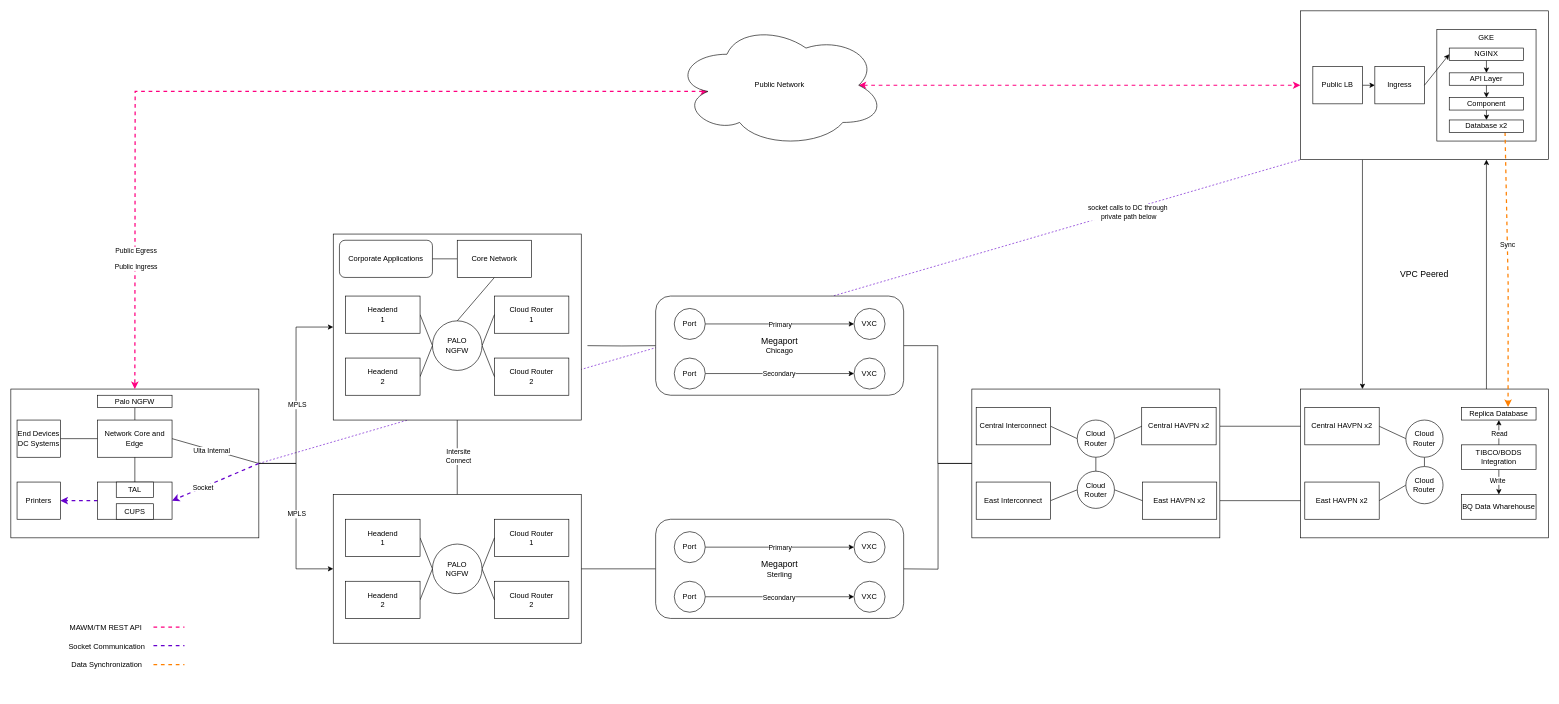
Earlier version of the draw.io diagram page "MAWM Network" (16 of 16) of images/compute.drawio (bpayt2/temp). Source tidied: cells renumbered, new cells numbered last; positions are measured from the earlier drawing's top-left corner, leaving out a move shared by most shapes. Both pictures are drawn from the tidied source at 62%, with x=0, y=0 at pixel (11, 11).
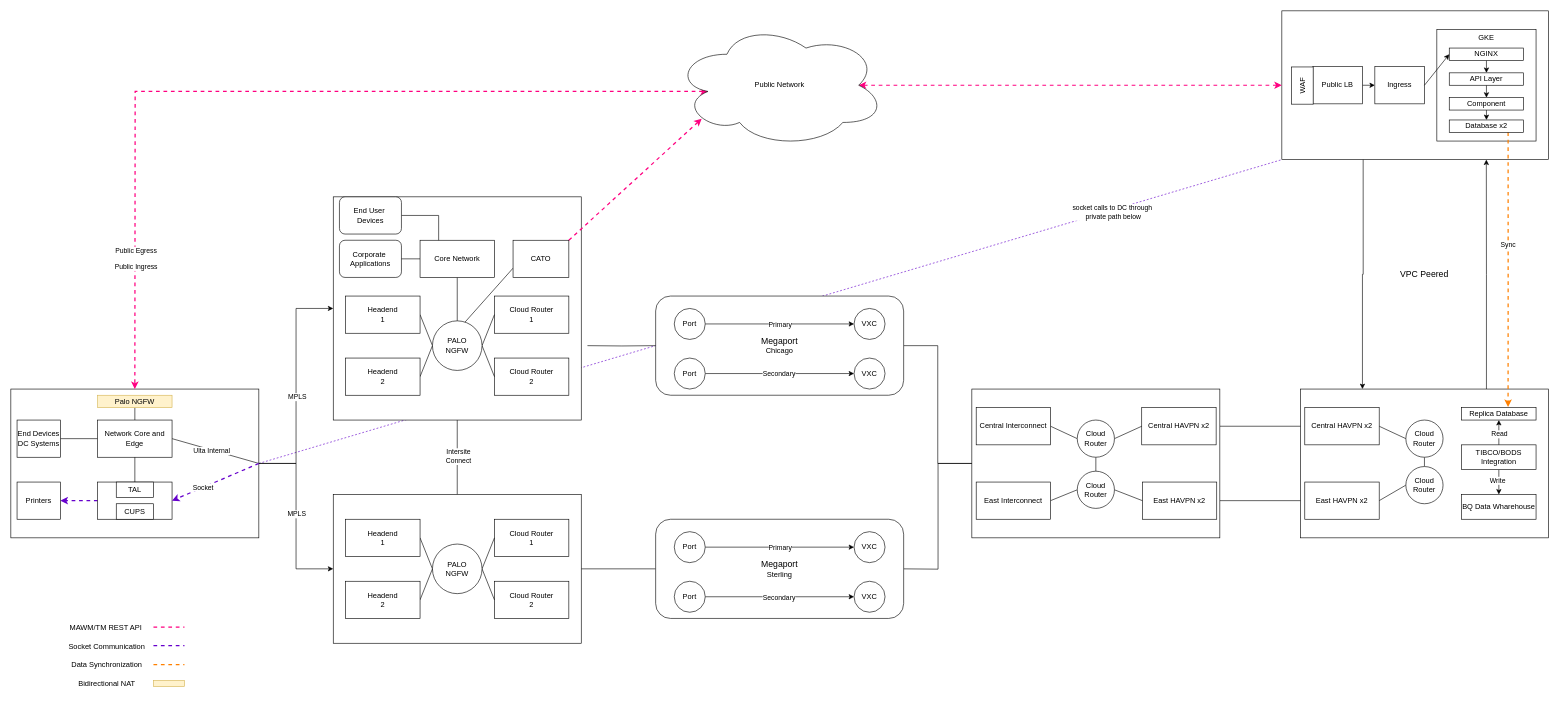
After the change.

Unchanged cells that the change refers to:
```xml
<mxCell id="7" style="rounded=0;whiteSpace=wrap;html=1;" parent="1" vertex="1">
  <mxGeometry x="2080" y="610" width="400" height="240" as="geometry" />
</mxCell>
<mxCell id="25" value="Public Network" style="ellipse;shape=cloud;whiteSpace=wrap;html=1;" parent="1" vertex="1">
  <mxGeometry x="1070" y="20" width="340" height="200" as="geometry" />
</mxCell>
<mxCell id="42" value="PALO&lt;div&gt;NGFW&lt;/div&gt;" style="ellipse;whiteSpace=wrap;html=1;" parent="1" vertex="1">
  <mxGeometry x="680" y="500" width="80" height="80" as="geometry" />
</mxCell>
<mxCell id="114" value="Database x2" style="rounded=0;whiteSpace=wrap;html=1;" parent="1" vertex="1">
  <mxGeometry x="2320" y="176" width="120" height="20" as="geometry" />
</mxCell>
<mxCell id="116" value="Replica Database" style="rounded=0;whiteSpace=wrap;html=1;" parent="1" vertex="1">
  <mxGeometry x="2340" y="640" width="120" height="20" as="geometry" />
</mxCell>
```

The edit, as a diff of the source:
```diff
@@
-    <mxCell id="4" style="edgeStyle=orthogonalEdgeStyle;rounded=0;jettySize=auto;html=1;exitX=0.25;exitY=1;exitDx=0;exitDy=0;entryX=0.25;entryY=0;entryDx=0;entryDy=0;" parent="1" edge="1" source="5" target="7">
+    <mxCell id="4" style="edgeStyle=orthogonalEdgeStyle;rounded=0;jettySize=auto;html=1;exitX=0.305;exitY=0.993;exitDx=0;exitDy=0;entryX=0.25;entryY=0;entryDx=0;entryDy=0;exitPerimeter=0;" parent="1" edge="1" source="5" target="7">
       <mxGeometry relative="1" as="geometry" />
     </mxCell>
     <mxCell id="5" style="rounded=0;whiteSpace=wrap;html=1;" parent="1" vertex="1">
-      <mxGeometry x="2080" width="400" height="240" as="geometry" />
+      <mxGeometry x="2050" width="430" height="240" as="geometry" />
     </mxCell>
-    <mxCell id="6" style="edgeStyle=orthogonalEdgeStyle;rounded=0;jettySize=auto;html=1;exitX=0.75;exitY=0;exitDx=0;exitDy=0;entryX=0.75;entryY=1;entryDx=0;entryDy=0;" parent="1" edge="1" source="7" target="5">
+    <mxCell id="6" style="edgeStyle=orthogonalEdgeStyle;rounded=0;jettySize=auto;html=1;exitX=0.75;exitY=0;exitDx=0;exitDy=0;entryX=0.767;entryY=1;entryDx=0;entryDy=0;entryPerimeter=0;" parent="1" edge="1" source="7" target="5">
       <mxGeometry relative="1" as="geometry" />
     </mxCell>
@@
     <mxCell id="14" style="rounded=0;whiteSpace=wrap;html=1;" parent="1" vertex="1">
-      <mxGeometry x="520" y="360" width="400" height="300" as="geometry" />
+      <mxGeometry x="520" y="300" width="400" height="360" as="geometry" />
     </mxCell>
@@
+    <mxCell id="129" style="rounded=0;jettySize=auto;html=1;entryX=0;entryY=0.75;entryDx=0;entryDy=0;endArrow=none;endFill=0;exitX=0.642;exitY=0.042;exitDx=0;exitDy=0;exitPerimeter=0;" parent="1" edge="1" source="42" target="133">
+      <mxGeometry relative="1" as="geometry" />
+    </mxCell>
@@
-    <mxCell id="79" value="Palo NGFW" style="rounded=0;whiteSpace=wrap;html=1;" parent="1" vertex="1">
+    <mxCell id="79" value="Palo NGFW" style="rounded=0;whiteSpace=wrap;html=1;fillColor=#fff2cc;strokeColor=#d6b656;" parent="1" vertex="1">
       <mxGeometry x="140" y="620" width="120" height="20" as="geometry" />
     </mxCell>
@@
-    <mxCell id="112" style="rounded=0;jettySize=auto;html=1;exitX=0.75;exitY=1;exitDx=0;exitDy=0;dashed=1;entryX=0.624;entryY=-0.053;entryDx=0;entryDy=0;entryPerimeter=0;strokeColor=#FF8000;strokeWidth=2;" parent="1" edge="1" source="114" target="116">
+    <mxCell id="112" style="rounded=0;jettySize=auto;html=1;exitX=0.791;exitY=1;exitDx=0;exitDy=0;dashed=1;entryX=0.624;entryY=-0.053;entryDx=0;entryDy=0;entryPerimeter=0;strokeColor=#FF8000;strokeWidth=2;exitPerimeter=0;" parent="1" edge="1" source="114" target="116">
       <mxGeometry relative="1" as="geometry">
         <Array as="points">
           <mxPoint x="2415" y="440" />
         </Array>
       </mxGeometry>
     </mxCell>
@@
-    <mxCell id="125" value="Corporate Applications" style="rounded=1;whiteSpace=wrap;html=1;" parent="1" vertex="1">
-      <mxGeometry x="530" y="370" width="150" height="60" as="geometry" />
+    <mxCell id="125" value="Corporate&amp;nbsp;&lt;div&gt;Applications&lt;/div&gt;" style="rounded=1;whiteSpace=wrap;html=1;" parent="1" vertex="1">
+      <mxGeometry x="530" y="370" width="100" height="60" as="geometry" />
     </mxCell>
@@
     <mxCell id="128" value="Core Network" style="rounded=0;whiteSpace=wrap;html=1;" parent="1" vertex="1">
-      <mxGeometry x="720" y="370" width="120" height="60" as="geometry" />
+      <mxGeometry x="660" y="370" width="120" height="60" as="geometry" />
     </mxCell>
+    <mxCell id="130" style="rounded=0;whiteSpace=wrap;html=1;fillColor=#fff2cc;strokeColor=#d6b656;" parent="1" vertex="1">
+      <mxGeometry x="230" y="1080" width="50" height="10" as="geometry" />
+    </mxCell>
+    <mxCell id="131" value="Bidirectional NAT" style="text;html=1;whiteSpace=wrap;strokeColor=none;fillColor=none;align=center;verticalAlign=middle;rounded=0;" parent="1" vertex="1">
+      <mxGeometry x="90" y="1070" width="130" height="30" as="geometry" />
+    </mxCell>
+    <mxCell id="132" value="WAF" style="rounded=0;whiteSpace=wrap;html=1;rotation=-90;" parent="1" vertex="1">
+      <mxGeometry x="2053" y="103" width="60" height="35" as="geometry" />
+    </mxCell>
+    <mxCell id="133" value="CATO" style="rounded=0;whiteSpace=wrap;html=1;" parent="1" vertex="1">
+      <mxGeometry x="810" y="370" width="90" height="60" as="geometry" />
+    </mxCell>
+    <mxCell id="134" style="rounded=0;jettySize=auto;html=1;exitX=1;exitY=0;exitDx=0;exitDy=0;entryX=0.13;entryY=0.77;entryDx=0;entryDy=0;entryPerimeter=0;strokeColor=#FF0080;dashed=1;strokeWidth=2;" parent="1" edge="1" source="133" target="25">
+      <mxGeometry relative="1" as="geometry" />
+    </mxCell>
+    <mxCell id="135" style="edgeStyle=orthogonalEdgeStyle;rounded=0;jettySize=auto;html=1;exitX=1;exitY=0.5;exitDx=0;exitDy=0;entryX=0.25;entryY=0;entryDx=0;entryDy=0;endArrow=none;endFill=0;" parent="1" edge="1" source="136" target="128">
+      <mxGeometry relative="1" as="geometry" />
+    </mxCell>
+    <mxCell id="136" value="End User&amp;nbsp;&lt;div&gt;Devices&lt;/div&gt;" style="rounded=1;whiteSpace=wrap;html=1;" parent="1" vertex="1">
+      <mxGeometry x="530" y="300" width="100" height="60" as="geometry" />
+    </mxCell>
```
